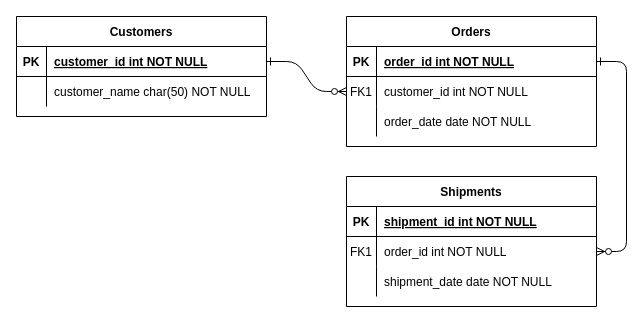
mohin-sheikh/sample_chat_app keeps this draw.io diagram as Untitled Diagram.drawio. Above is the earlier version. Source tidied: cells renumbered, new cells numbered last; positions are measured from the earlier drawing's top-left corner, leaving out a move shared by most shapes. Both pictures are drawn from the tidied source at 100%, with x=0, y=0 at pixel (16, 16).
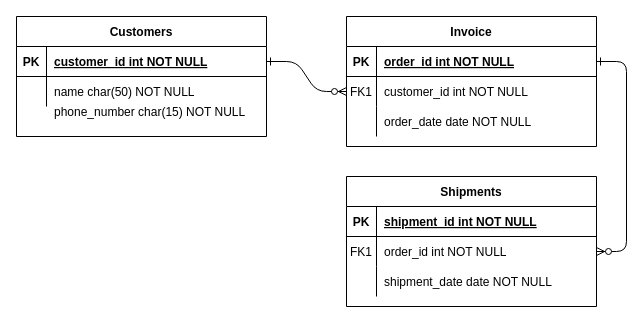
After the change.

The change refers to these unchanged cells:
```xml
<mxCell id="28" style="shape=partialRectangle;fillColor=none;top=0;left=0;right=0;bottom=0;" parent="24" vertex="1">
  <mxGeometry y="60" width="250" height="30" as="geometry" />
</mxCell>
```

The edit, as a diff of the source:
```diff
@@
-    <mxCell id="4" value="Orders" style="shape=table;startSize=30;childLayout=tableLayout;rowLines=0;fontStyle=1;align=center;" parent="1" vertex="1">
+    <mxCell id="4" value="Invoice" style="shape=table;startSize=30;childLayout=tableLayout;rowLines=0;fontStyle=1;align=center;" parent="1" vertex="1">
       <mxGeometry x="330" width="250" height="130" as="geometry" />
     </mxCell>
@@
     <mxCell id="24" value="Customers" style="shape=table;startSize=30;childLayout=tableLayout;rowLines=0;fontStyle=1;align=center;" parent="1" vertex="1">
-      <mxGeometry width="250" height="100" as="geometry" />
+      <mxGeometry width="250" height="120" as="geometry" />
     </mxCell>
@@
-    <mxCell id="30" value="customer_name char(50) NOT NULL" style="shape=partialRectangle;overflow=hidden;fillColor=none;top=0;left=0;bottom=0;right=0;align=left;spacingLeft=6;" parent="28" vertex="1">
+    <mxCell id="30" value="name char(50) NOT NULL" style="shape=partialRectangle;overflow=hidden;fillColor=none;top=0;left=0;bottom=0;right=0;align=left;spacingLeft=6;" parent="28" vertex="1">
       <mxGeometry x="30" width="220" height="30" as="geometry" />
     </mxCell>
+    <mxCell id="31" value="phone_number char(15) NOT NULL" style="shape=partialRectangle;overflow=hidden;fillColor=none;top=0;left=0;bottom=0;right=0;align=left;spacingLeft=6;" parent="1" vertex="1">
+      <mxGeometry x="30" y="80" width="220" height="30" as="geometry" />
+    </mxCell>
```
